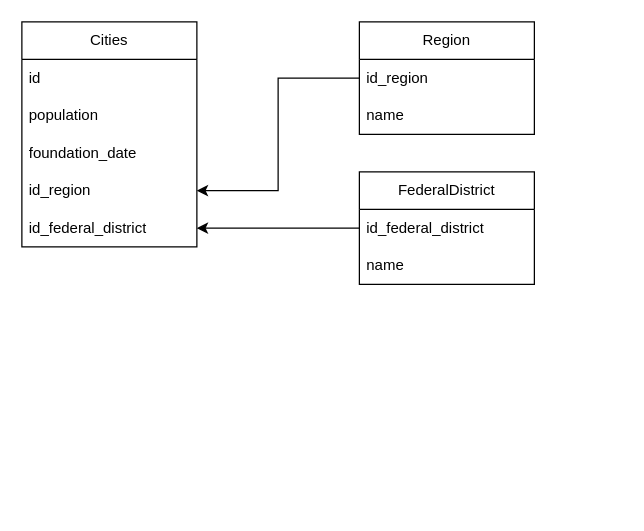
Before: database/cities.drawio in naismore/CityInfoParser, a draw.io diagram. Source tidied: cells renumbered, new cells numbered last; positions are measured from the earlier drawing's top-left corner, leaving out a move shared by most shapes. Both pictures are drawn from the tidied source at 125%, with x=0, y=0 at pixel (21, 21).
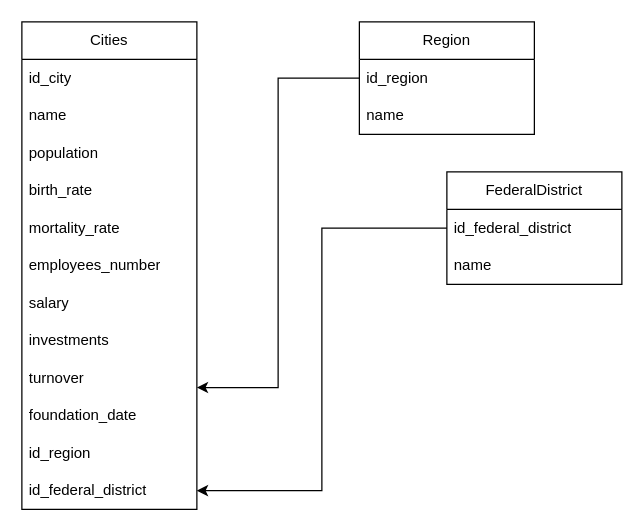
After the change.

Change to the diagram source:
```diff
@@
     <mxCell id="2" value="Cities" style="swimlane;fontStyle=0;horizontal=1;startSize=30;whiteSpace=wrap;html=1;" parent="1" vertex="1">
-      <mxGeometry width="140" height="180" as="geometry" />
+      <mxGeometry width="140" height="390" as="geometry" />
     </mxCell>
-    <mxCell id="3" value="id" style="text;strokeColor=none;fillColor=none;align=left;verticalAlign=middle;spacingLeft=4;spacingRight=4;overflow=hidden;whiteSpace=wrap;html=1;" parent="2" vertex="1">
+    <mxCell id="3" value="id_city" style="text;strokeColor=none;fillColor=none;align=left;verticalAlign=middle;spacingLeft=4;spacingRight=4;overflow=hidden;whiteSpace=wrap;html=1;" parent="2" vertex="1">
       <mxGeometry y="30" width="140" height="30" as="geometry" />
     </mxCell>
+    <mxCell id="16" value="name" style="text;strokeColor=none;fillColor=none;align=left;verticalAlign=middle;spacingLeft=4;spacingRight=4;overflow=hidden;whiteSpace=wrap;html=1;" parent="2" vertex="1">
+      <mxGeometry y="60" width="140" height="30" as="geometry" />
+    </mxCell>
     <mxCell id="4" value="population" style="text;strokeColor=none;fillColor=none;align=left;verticalAlign=middle;spacingLeft=4;spacingRight=4;overflow=hidden;whiteSpace=wrap;html=1;" parent="2" vertex="1">
-      <mxGeometry y="60" width="140" height="30" as="geometry" />
+      <mxGeometry y="90" width="140" height="30" as="geometry" />
     </mxCell>
+    <mxCell id="17" value="birth_rate" style="text;strokeColor=none;fillColor=none;align=left;verticalAlign=middle;spacingLeft=4;spacingRight=4;overflow=hidden;whiteSpace=wrap;html=1;" parent="2" vertex="1">
+      <mxGeometry y="120" width="140" height="30" as="geometry" />
+    </mxCell>
+    <mxCell id="18" value="mortality_rate" style="text;strokeColor=none;fillColor=none;align=left;verticalAlign=middle;spacingLeft=4;spacingRight=4;overflow=hidden;whiteSpace=wrap;html=1;" parent="2" vertex="1">
+      <mxGeometry y="150" width="140" height="30" as="geometry" />
+    </mxCell>
+    <mxCell id="19" value="employees_number" style="text;strokeColor=none;fillColor=none;align=left;verticalAlign=middle;spacingLeft=4;spacingRight=4;overflow=hidden;whiteSpace=wrap;html=1;" parent="2" vertex="1">
+      <mxGeometry y="180" width="140" height="30" as="geometry" />
+    </mxCell>
+    <mxCell id="20" value="salary" style="text;strokeColor=none;fillColor=none;align=left;verticalAlign=middle;spacingLeft=4;spacingRight=4;overflow=hidden;whiteSpace=wrap;html=1;" parent="2" vertex="1">
+      <mxGeometry y="210" width="140" height="30" as="geometry" />
+    </mxCell>
+    <mxCell id="21" value="investments" style="text;strokeColor=none;fillColor=none;align=left;verticalAlign=middle;spacingLeft=4;spacingRight=4;overflow=hidden;whiteSpace=wrap;html=1;" parent="2" vertex="1">
+      <mxGeometry y="240" width="140" height="30" as="geometry" />
+    </mxCell>
+    <mxCell id="22" value="turnover" style="text;strokeColor=none;fillColor=none;align=left;verticalAlign=middle;spacingLeft=4;spacingRight=4;overflow=hidden;whiteSpace=wrap;html=1;" parent="2" vertex="1">
+      <mxGeometry y="270" width="140" height="30" as="geometry" />
+    </mxCell>
     <mxCell id="5" value="&lt;div&gt;foundation_date&lt;/div&gt;" style="text;strokeColor=none;fillColor=none;align=left;verticalAlign=middle;spacingLeft=4;spacingRight=4;overflow=hidden;whiteSpace=wrap;html=1;" parent="2" vertex="1">
-      <mxGeometry y="90" width="140" height="30" as="geometry" />
+      <mxGeometry y="300" width="140" height="30" as="geometry" />
     </mxCell>
     <mxCell id="6" value="&lt;div&gt;id_region&lt;/div&gt;" style="text;strokeColor=none;fillColor=none;align=left;verticalAlign=middle;spacingLeft=4;spacingRight=4;overflow=hidden;whiteSpace=wrap;html=1;" parent="2" vertex="1">
-      <mxGeometry y="120" width="140" height="30" as="geometry" />
+      <mxGeometry y="330" width="140" height="30" as="geometry" />
     </mxCell>
     <mxCell id="7" value="id_federal_district" style="text;strokeColor=none;fillColor=none;align=left;verticalAlign=middle;spacingLeft=4;spacingRight=4;overflow=hidden;points=[[0,0.5],[1,0.5]];portConstraint=eastwest;whiteSpace=wrap;html=1;" parent="2" vertex="1">
-      <mxGeometry y="150" width="140" height="30" as="geometry" />
+      <mxGeometry y="360" width="140" height="30" as="geometry" />
     </mxCell>
@@
     <mxCell id="11" value="&lt;div&gt;FederalDistrict&lt;/div&gt;" style="swimlane;fontStyle=0;horizontal=1;startSize=30;whiteSpace=wrap;html=1;" parent="1" vertex="1">
-      <mxGeometry x="270" y="120" width="140" height="90" as="geometry" />
+      <mxGeometry x="340" y="120" width="140" height="90" as="geometry" />
     </mxCell>
```
